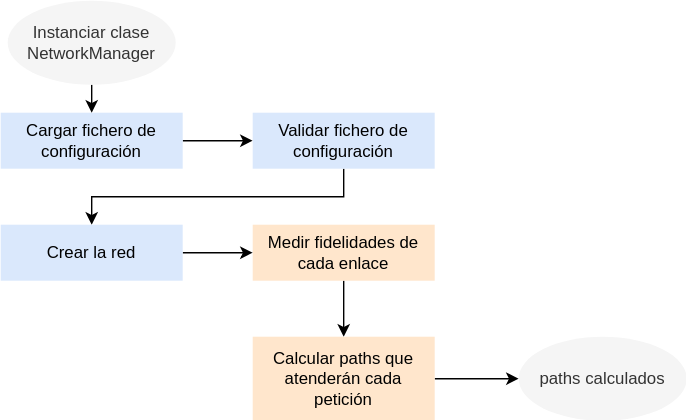
Before: Diagramas/Flujo/tec-etapa1.svg, a diagram exported from draw.io (davidpcuvigo/quantumcity). Source tidied: cells renumbered, new cells last; positions are measured from the earlier drawing's top-left corner, leaving out a move shared by most shapes. Source of this version:
```xml
<mxGraphModel>
  <root>
    <mxCell id="0" />
    <mxCell id="1" parent="0" />
    <mxCell id="2" style="edgeStyle=orthogonalEdgeStyle;rounded=0;jettySize=auto;html=1;exitX=1;exitY=0.5;exitDx=0;exitDy=0;entryX=0;entryY=0.5;entryDx=0;entryDy=0;" parent="1" edge="1" source="3" target="7">
      <mxGeometry relative="1" as="geometry" />
    </mxCell>
    <mxCell id="3" value="Cargar fichero de configuración" style="rounded=0;whiteSpace=wrap;html=1;fillColor=#dae8fc;strokeColor=none;" parent="1" vertex="1">
      <mxGeometry y="80" width="130" height="40" as="geometry" />
    </mxCell>
    <mxCell id="4" style="edgeStyle=orthogonalEdgeStyle;rounded=0;jettySize=auto;html=1;exitX=0.5;exitY=1;exitDx=0;exitDy=0;entryX=0.5;entryY=0;entryDx=0;entryDy=0;" parent="1" edge="1" source="5" target="3">
      <mxGeometry relative="1" as="geometry" />
    </mxCell>
    <mxCell id="5" value="Instanciar clase NetworkManager" style="ellipse;whiteSpace=wrap;html=1;fillColor=#f5f5f5;fontColor=#333333;strokeColor=none;" parent="1" vertex="1">
      <mxGeometry x="5" width="120" height="60" as="geometry" />
    </mxCell>
    <mxCell id="6" style="edgeStyle=orthogonalEdgeStyle;rounded=0;jettySize=auto;html=1;exitX=0.5;exitY=1;exitDx=0;exitDy=0;entryX=0.5;entryY=0;entryDx=0;entryDy=0;" parent="1" edge="1" source="7" target="14">
      <mxGeometry relative="1" as="geometry" />
    </mxCell>
    <mxCell id="7" value="Validar fichero de configuración" style="rounded=0;whiteSpace=wrap;html=1;fillColor=#dae8fc;strokeColor=none;" parent="1" vertex="1">
      <mxGeometry x="180" y="80" width="130" height="40" as="geometry" />
    </mxCell>
    <mxCell id="8" style="edgeStyle=orthogonalEdgeStyle;rounded=0;jettySize=auto;html=1;exitX=0.5;exitY=1;exitDx=0;exitDy=0;entryX=0.5;entryY=0;entryDx=0;entryDy=0;" parent="1" edge="1" source="9" target="11">
      <mxGeometry relative="1" as="geometry" />
    </mxCell>
    <mxCell id="9" value="Medir fidelidades de cada enlace" style="rounded=0;whiteSpace=wrap;html=1;fillColor=#ffe6cc;strokeColor=none;" parent="1" vertex="1">
      <mxGeometry x="180" y="160" width="130" height="40" as="geometry" />
    </mxCell>
    <mxCell id="10" style="edgeStyle=orthogonalEdgeStyle;rounded=0;jettySize=auto;html=1;exitX=1;exitY=0.5;exitDx=0;exitDy=0;entryX=0;entryY=0.5;entryDx=0;entryDy=0;" parent="1" edge="1" source="11" target="12">
      <mxGeometry relative="1" as="geometry" />
    </mxCell>
    <mxCell id="11" value="Calcular paths que atenderán cada petición" style="rounded=0;whiteSpace=wrap;html=1;fillColor=#ffe6cc;strokeColor=none;" parent="1" vertex="1">
      <mxGeometry x="180" y="240" width="130" height="60" as="geometry" />
    </mxCell>
    <mxCell id="12" value="paths calculados" style="ellipse;whiteSpace=wrap;html=1;fillColor=#f5f5f5;fontColor=#333333;strokeColor=none;" parent="1" vertex="1">
      <mxGeometry x="370" y="240" width="120" height="60" as="geometry" />
    </mxCell>
    <mxCell id="13" style="edgeStyle=orthogonalEdgeStyle;rounded=0;jettySize=auto;html=1;exitX=1;exitY=0.5;exitDx=0;exitDy=0;" parent="1" edge="1" source="14" target="9">
      <mxGeometry relative="1" as="geometry" />
    </mxCell>
    <mxCell id="14" value="Crear la red" style="rounded=0;whiteSpace=wrap;html=1;fillColor=#dae8fc;strokeColor=none;" parent="1" vertex="1">
      <mxGeometry y="160" width="130" height="40" as="geometry" />
    </mxCell>
  </root>
</mxGraphModel>
```
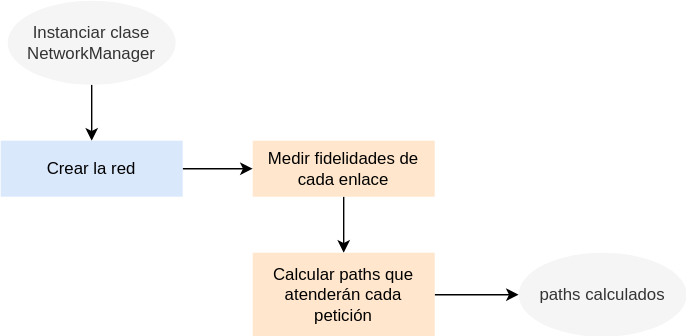
The same file after the commit.

Change to the diagram source:
```diff
@@ -2,24 +2,12 @@
   <root>
     <mxCell id="0" />
     <mxCell id="1" parent="0" />
-    <mxCell id="2" style="edgeStyle=orthogonalEdgeStyle;rounded=0;jettySize=auto;html=1;exitX=1;exitY=0.5;exitDx=0;exitDy=0;entryX=0;entryY=0.5;entryDx=0;entryDy=0;" parent="1" edge="1" source="3" target="7">
-      <mxGeometry relative="1" as="geometry" />
-    </mxCell>
-    <mxCell id="3" value="Cargar fichero de configuración" style="rounded=0;whiteSpace=wrap;html=1;fillColor=#dae8fc;strokeColor=none;" parent="1" vertex="1">
-      <mxGeometry y="80" width="130" height="40" as="geometry" />
-    </mxCell>
-    <mxCell id="4" style="edgeStyle=orthogonalEdgeStyle;rounded=0;jettySize=auto;html=1;exitX=0.5;exitY=1;exitDx=0;exitDy=0;entryX=0.5;entryY=0;entryDx=0;entryDy=0;" parent="1" edge="1" source="5" target="3">
+    <mxCell id="4" style="edgeStyle=orthogonalEdgeStyle;rounded=0;jettySize=auto;html=1;exitX=0.5;exitY=1;exitDx=0;exitDy=0;entryX=0.5;entryY=0;entryDx=0;entryDy=0;" parent="1" edge="1" source="5" target="14">
       <mxGeometry relative="1" as="geometry" />
     </mxCell>
     <mxCell id="5" value="Instanciar clase NetworkManager" style="ellipse;whiteSpace=wrap;html=1;fillColor=#f5f5f5;fontColor=#333333;strokeColor=none;" parent="1" vertex="1">
-      <mxGeometry x="5" width="120" height="60" as="geometry" />
+      <mxGeometry x="5" y="60" width="120" height="60" as="geometry" />
     </mxCell>
-    <mxCell id="6" style="edgeStyle=orthogonalEdgeStyle;rounded=0;jettySize=auto;html=1;exitX=0.5;exitY=1;exitDx=0;exitDy=0;entryX=0.5;entryY=0;entryDx=0;entryDy=0;" parent="1" edge="1" source="7" target="14">
-      <mxGeometry relative="1" as="geometry" />
-    </mxCell>
-    <mxCell id="7" value="Validar fichero de configuración" style="rounded=0;whiteSpace=wrap;html=1;fillColor=#dae8fc;strokeColor=none;" parent="1" vertex="1">
-      <mxGeometry x="180" y="80" width="130" height="40" as="geometry" />
-    </mxCell>
     <mxCell id="8" style="edgeStyle=orthogonalEdgeStyle;rounded=0;jettySize=auto;html=1;exitX=0.5;exitY=1;exitDx=0;exitDy=0;entryX=0.5;entryY=0;entryDx=0;entryDy=0;" parent="1" edge="1" source="9" target="11">
       <mxGeometry relative="1" as="geometry" />
     </mxCell>
```
